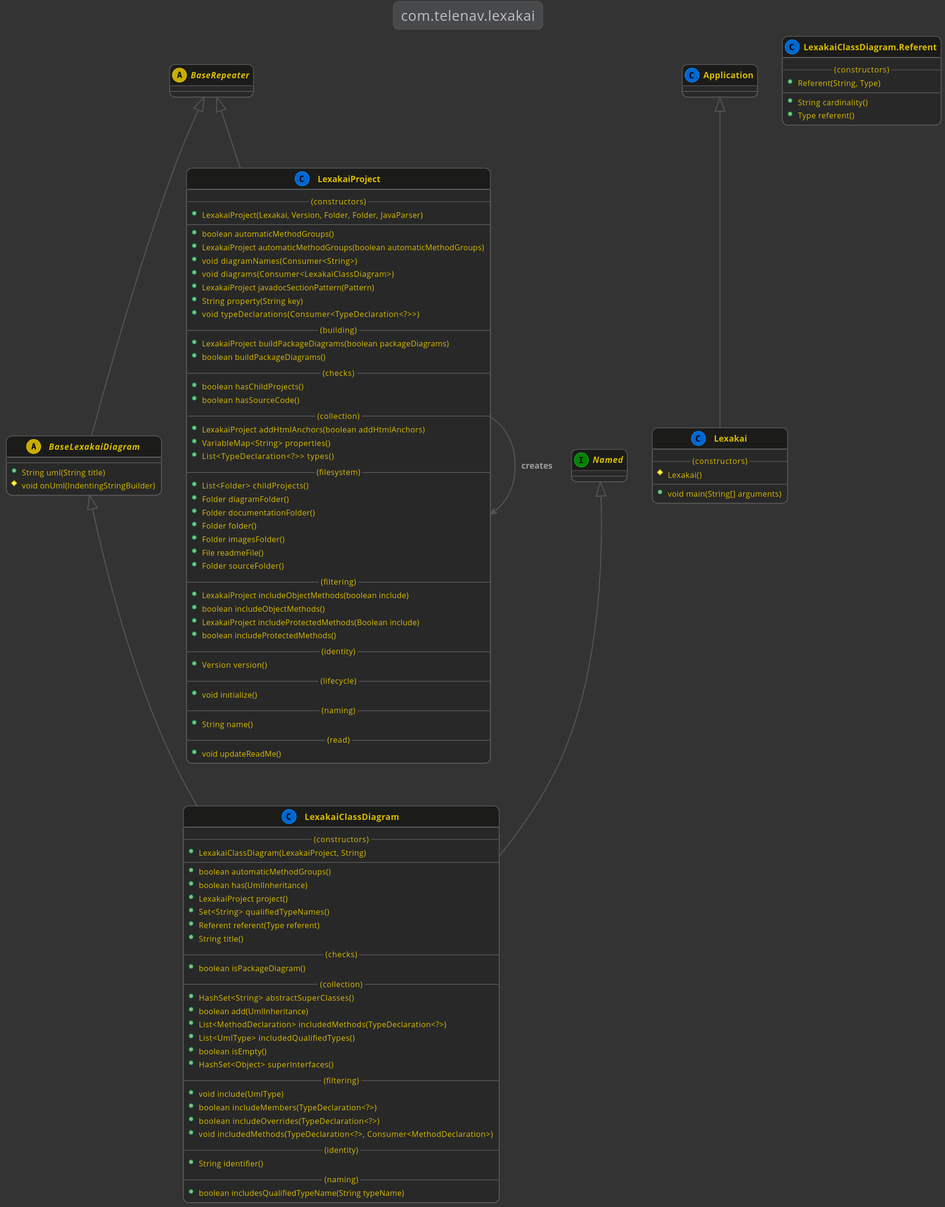
The PlantUML diagram documentation/diagrams/com.telenav.lexakai.svg in Telenav/lexakai, before a commit. Source of this version:
```plantuml
@startuml

    !include ../lexakai.theme

    title "com.telenav.lexakai"

    abstract BaseRepeater
    abstract BaseLexakaiDiagram

    interface Named

    BaseRepeater <|-- BaseLexakaiDiagram
    abstract class BaseLexakaiDiagram
    {
        --
        +String uml(String title)
        #void onUml(IndentingStringBuilder)
    }

    Application <|-- Lexakai
    class Lexakai
    {
        --(constructors)--
        #Lexakai()
        --
        +void main(String[] arguments)
    }

    BaseLexakaiDiagram <|-- LexakaiClassDiagram
    Named <|-- LexakaiClassDiagram
    class LexakaiClassDiagram
    {
        --(constructors)--
        +LexakaiClassDiagram(LexakaiProject, String)
        --
        +boolean automaticMethodGroups()
        +boolean has(UmlInheritance)
        +LexakaiProject project()
        +Set<String> qualifiedTypeNames()
        +Referent referent(Type referent)
        +String title()
        --(checks)--
        +boolean isPackageDiagram()
        --(collection)--
        +HashSet<String> abstractSuperClasses()
        +boolean add(UmlInheritance)
        +List<MethodDeclaration> includedMethods(TypeDeclaration<?>)
        +List<UmlType> includedQualifiedTypes()
        +boolean isEmpty()
        +HashSet<Object> superInterfaces()
        --(filtering)--
        +void include(UmlType)
        +boolean includeMembers(TypeDeclaration<?>)
        +boolean includeOverrides(TypeDeclaration<?>)
        +void includedMethods(TypeDeclaration<?>, Consumer<MethodDeclaration>)
        --(identity)--
        +String identifier()
        --(naming)--
        +boolean includesQualifiedTypeName(String typeName)
    }

    BaseRepeater <|-- LexakaiProject
    LexakaiProject --> LexakaiProject : "creates"
    class LexakaiProject
    {
        --(constructors)--
        +LexakaiProject(Lexakai, Version, Folder, Folder, JavaParser)
        --
        +boolean automaticMethodGroups()
        +LexakaiProject automaticMethodGroups(boolean automaticMethodGroups)
        +void diagramNames(Consumer<String>)
        +void diagrams(Consumer<LexakaiClassDiagram>)
        +LexakaiProject javadocSectionPattern(Pattern)
        +String property(String key)
        +void typeDeclarations(Consumer<TypeDeclaration<?>>)
        --(building)--
        +LexakaiProject buildPackageDiagrams(boolean packageDiagrams)
        +boolean buildPackageDiagrams()
        --(checks)--
        +boolean hasChildProjects()
        +boolean hasSourceCode()
        --(collection)--
        +LexakaiProject addHtmlAnchors(boolean addHtmlAnchors)
        +VariableMap<String> properties()
        +List<TypeDeclaration<?>> types()
        --(filesystem)--
        +List<Folder> childProjects()
        +Folder diagramFolder()
        +Folder documentationFolder()
        +Folder folder()
        +Folder imagesFolder()
        +File readmeFile()
        +Folder sourceFolder()
        --(filtering)--
        +LexakaiProject includeObjectMethods(boolean include)
        +boolean includeObjectMethods()
        +LexakaiProject includeProtectedMethods(Boolean include)
        +boolean includeProtectedMethods()
        --(identity)--
        +Version version()
        --(lifecycle)--
        +void initialize()
        --(naming)--
        +String name()
        --(read)--
        +void updateReadMe()
    }

    class LexakaiClassDiagram.Referent
    {
        --(constructors)--
        +Referent(String, Type)
        --
        +String cardinality()
        +Type referent()
    }

@enduml
```
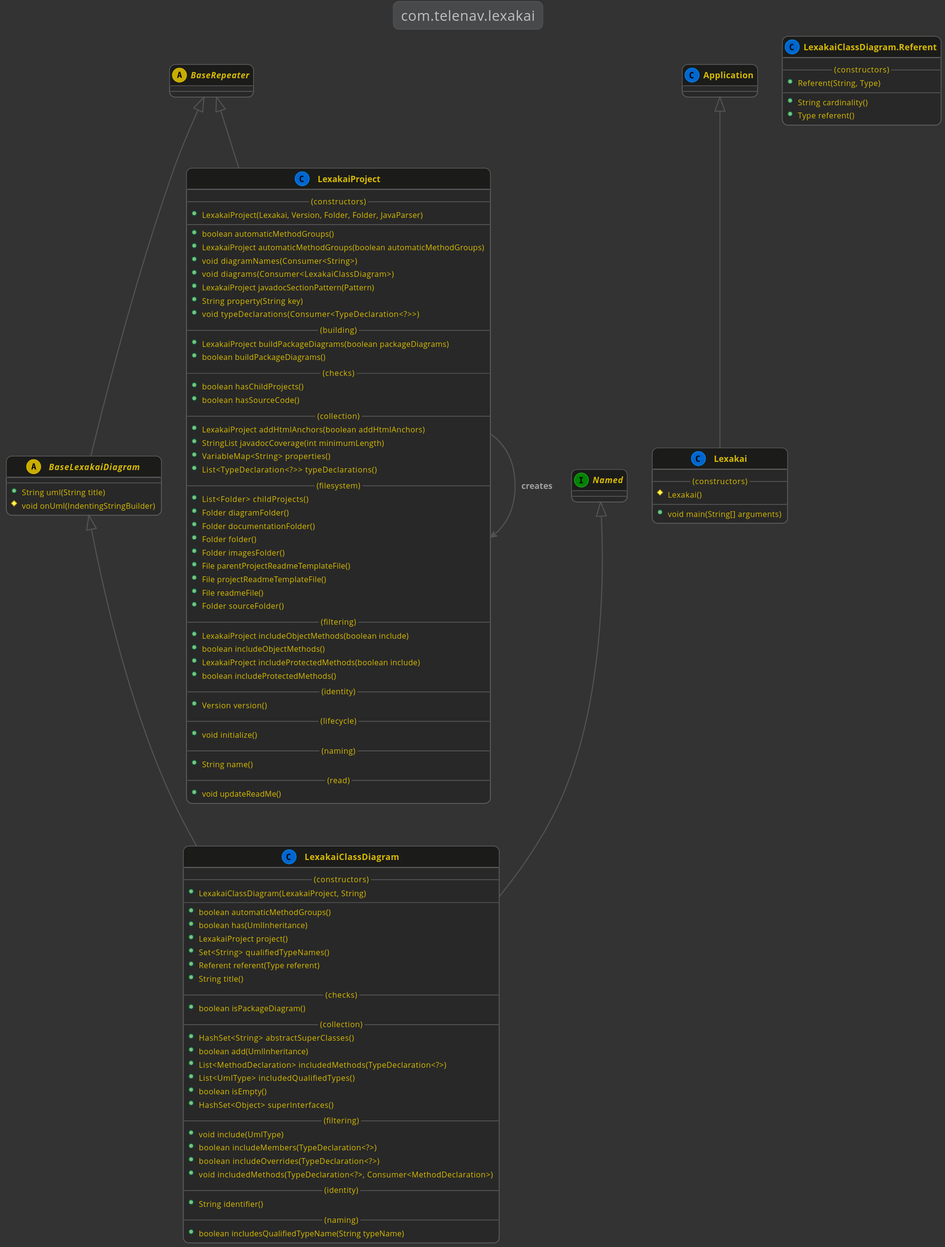
Later version of the same file.

Change to the diagram source:
```diff
@@ -81,20 +81,23 @@
         +boolean hasSourceCode()
         --(collection)--
         +LexakaiProject addHtmlAnchors(boolean addHtmlAnchors)
+        +StringList javadocCoverage(int minimumLength)
         +VariableMap<String> properties()
-        +List<TypeDeclaration<?>> types()
+        +List<TypeDeclaration<?>> typeDeclarations()
         --(filesystem)--
         +List<Folder> childProjects()
         +Folder diagramFolder()
         +Folder documentationFolder()
         +Folder folder()
         +Folder imagesFolder()
+        +File parentProjectReadmeTemplateFile()
+        +File projectReadmeTemplateFile()
         +File readmeFile()
         +Folder sourceFolder()
         --(filtering)--
         +LexakaiProject includeObjectMethods(boolean include)
         +boolean includeObjectMethods()
-        +LexakaiProject includeProtectedMethods(Boolean include)
+        +LexakaiProject includeProtectedMethods(boolean include)
         +boolean includeProtectedMethods()
         --(identity)--
         +Version version()
```
